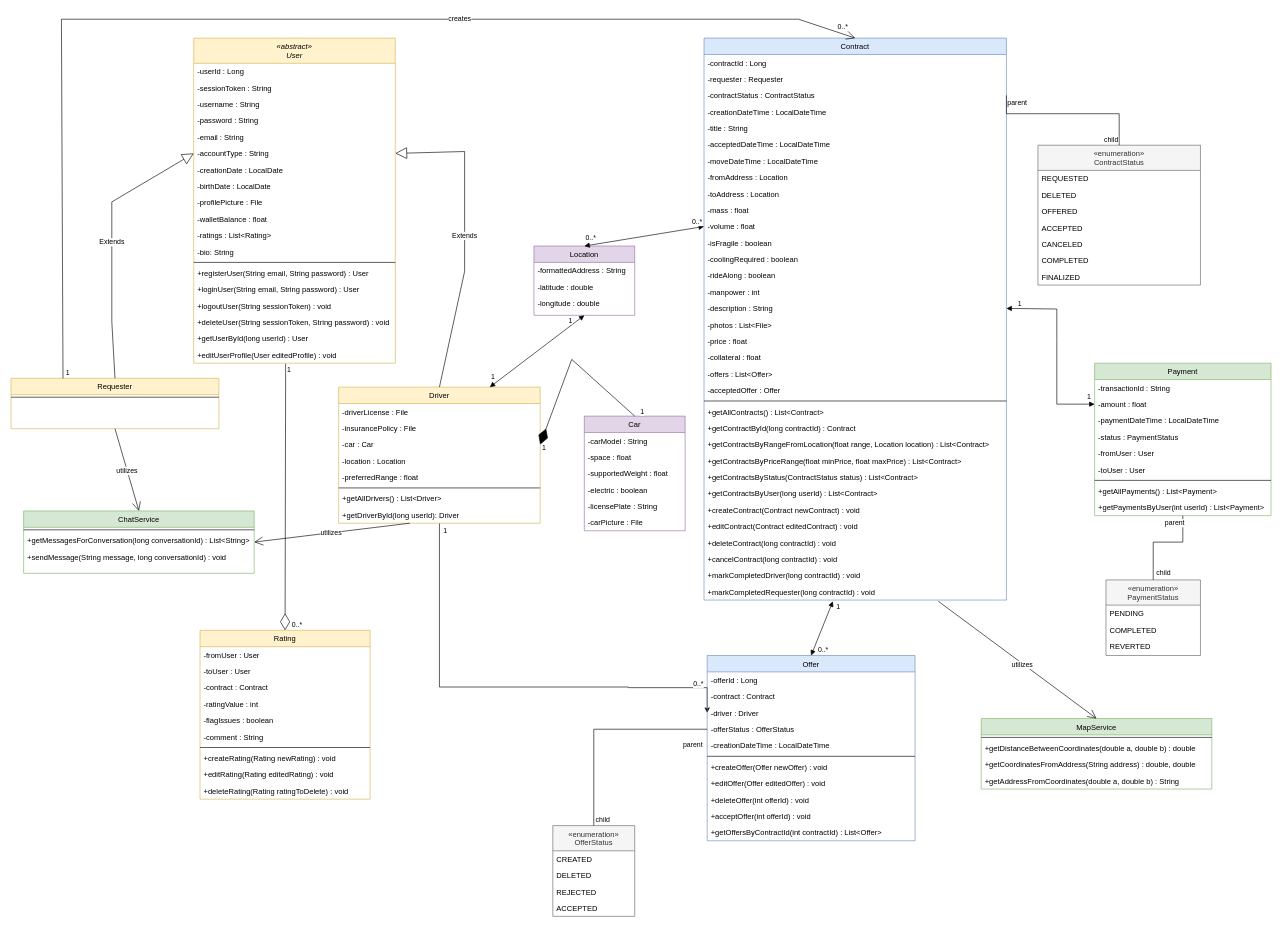
Before: doc/diagrams/sopra_group_39_class_diagram.drawio in itsmaxjeffrey/sopra-fs25-group-39-server, a draw.io diagram. Source tidied: cells renumbered, new cells numbered last; positions are measured from the earlier drawing's top-left corner, leaving out a move shared by most shapes. Both pictures are drawn from the tidied source at 63%, with x=0, y=0 at pixel (11, 19).
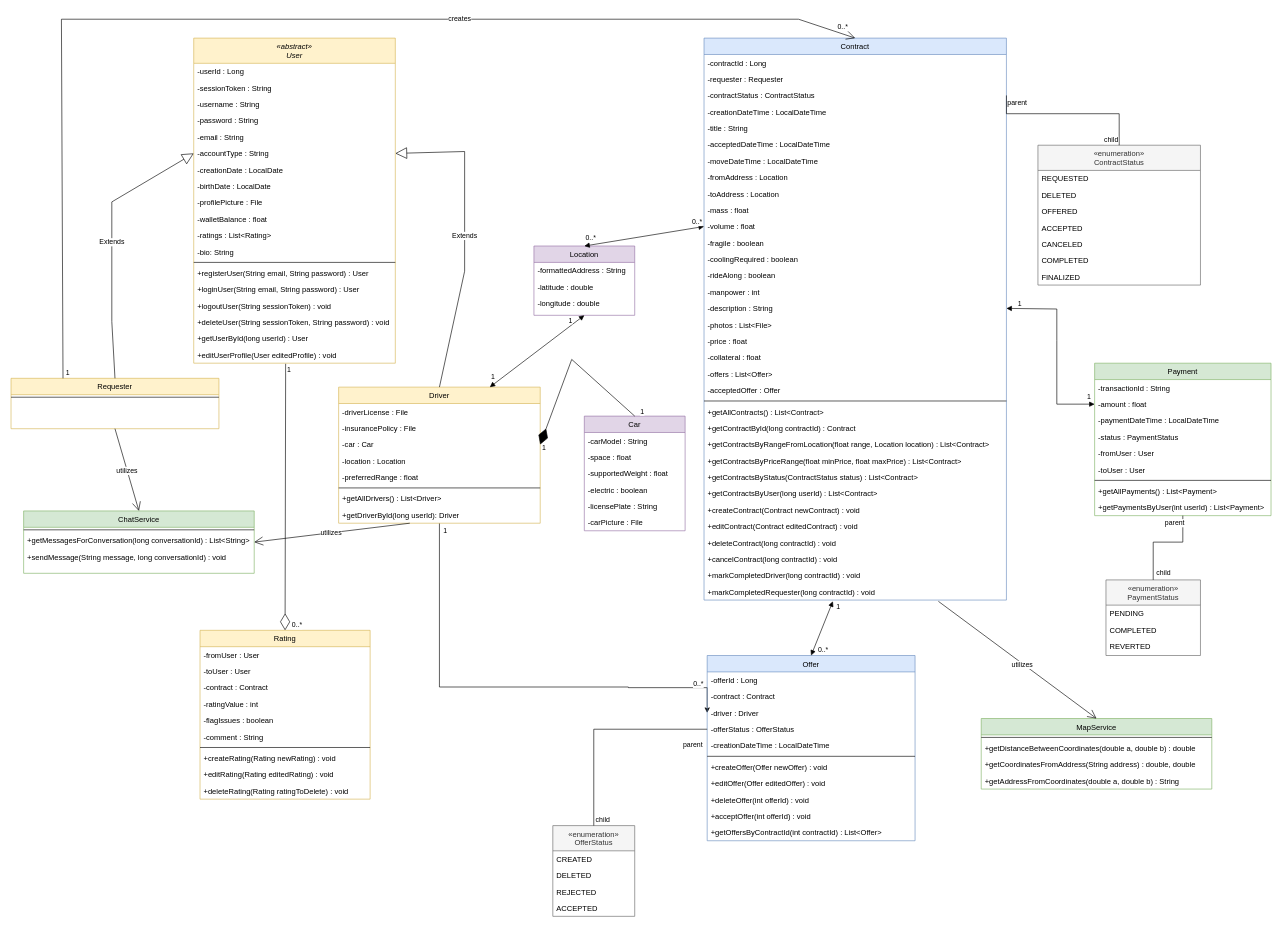
Above is the later version.

Commit message (it also covers changes not shown here):
merging development -> changes isFragile bool

The change refers to these unchanged cells:
```xml
<mxCell id="34" value="Contract" style="swimlane;fontStyle=0;align=center;verticalAlign=top;horizontal=1;startSize=26;rounded=0;shadow=0;strokeWidth=1;fillColor=#dae8fc;strokeColor=#6c8ebf;" parent="1" vertex="1">
  <mxGeometry x="1100" y="30" width="480" height="892" as="geometry" />
</mxCell>
```

What changed in the source:
```diff
@@
-    <mxCell id="46" value="-isFragile : boolean" style="text;align=left;verticalAlign=top;spacingLeft=4;spacingRight=4;overflow=hidden;" parent="34" vertex="1">
+    <mxCell id="46" value="-fragile : boolean" style="text;align=left;verticalAlign=top;spacingLeft=4;spacingRight=4;overflow=hidden;" parent="34" vertex="1">
       <mxGeometry y="312" width="480" height="26" as="geometry" />
     </mxCell>
```
